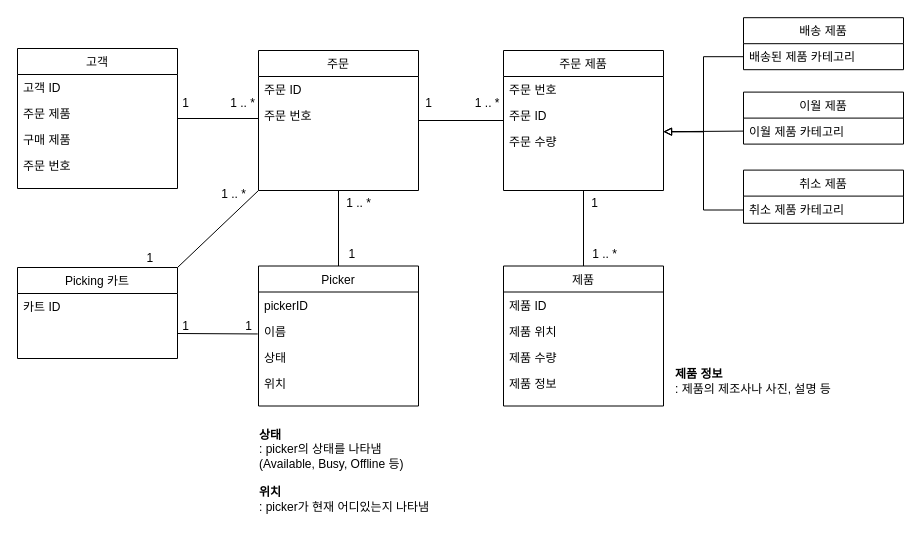
Earlier version of the draw.io diagram 시분설_6조_class_diagram.drawio (dbsrudrla/diagram). Source tidied: cells renumbered, new cells numbered last; positions are measured from the earlier drawing's top-left corner, leaving out a move shared by most shapes. Both pictures are drawn from the tidied source at 100%, with x=0, y=0 at pixel (17, 17).
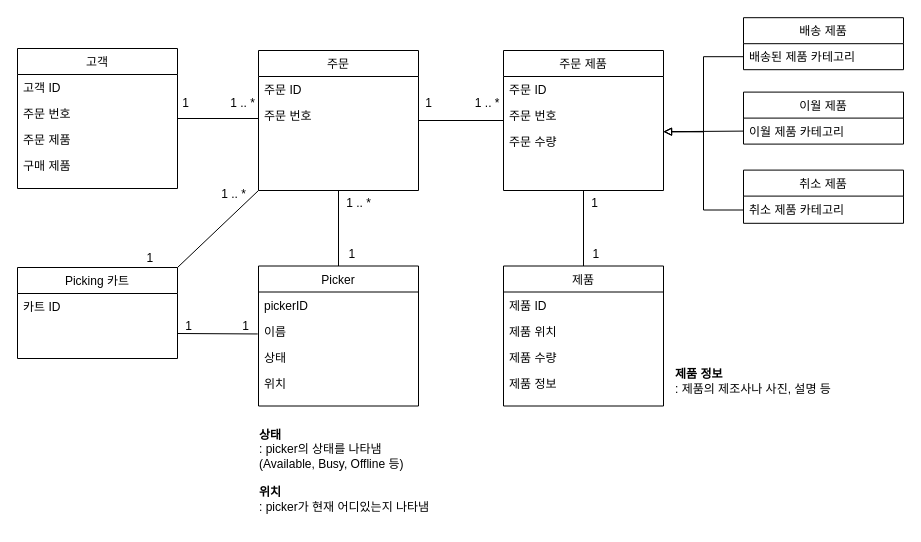
The same page after the edit.

Commit message:
시분설_6조_class_diagram.drawio 업데이트

Unchanged cells that the change refers to:
```xml
<mxCell id="12" value="고객" style="swimlane;fontStyle=0;align=center;verticalAlign=top;horizontal=1;startSize=26;rounded=0;shadow=0;strokeWidth=1;" parent="1" vertex="1">
  <mxGeometry y="31" width="160" height="140" as="geometry" />
</mxCell>
<mxCell id="49" value="주문 제품" style="swimlane;fontStyle=0;align=center;verticalAlign=top;horizontal=1;startSize=26;rounded=0;shadow=0;strokeWidth=1;" parent="1" vertex="1">
  <mxGeometry x="486" y="33" width="160" height="140" as="geometry" />
</mxCell>
```

The edit, as a diff of the source:
```diff
@@
+    <mxCell id="16" value="주문 번호" style="text;align=left;verticalAlign=top;spacingLeft=4;spacingRight=4;overflow=hidden;rounded=0;shadow=0;html=0;" parent="12" vertex="1">
+      <mxGeometry y="52" width="160" height="26" as="geometry" />
+    </mxCell>
     <mxCell id="14" value="주문 제품" style="text;align=left;verticalAlign=top;spacingLeft=4;spacingRight=4;overflow=hidden;" parent="12" vertex="1">
-      <mxGeometry y="52" width="160" height="26" as="geometry" />
+      <mxGeometry y="78" width="160" height="26" as="geometry" />
     </mxCell>
     <mxCell id="15" value="구매 제품" style="text;align=left;verticalAlign=top;spacingLeft=4;spacingRight=4;overflow=hidden;rounded=0;shadow=0;html=0;" parent="12" vertex="1">
-      <mxGeometry y="78" width="160" height="26" as="geometry" />
+      <mxGeometry y="104" width="160" height="26" as="geometry" />
     </mxCell>
-    <mxCell id="16" value="주문 번호" style="text;align=left;verticalAlign=top;spacingLeft=4;spacingRight=4;overflow=hidden;rounded=0;shadow=0;html=0;" parent="12" vertex="1">
-      <mxGeometry y="104" width="160" height="26" as="geometry" />
-    </mxCell>
@@
     <mxCell id="31" value="1" style="text;html=1;align=center;verticalAlign=middle;strokeColor=none;fillColor=none;" parent="1" vertex="1">
-      <mxGeometry x="153" y="294" width="30" height="30" as="geometry" />
+      <mxGeometry x="156" y="294" width="30" height="30" as="geometry" />
     </mxCell>
     <mxCell id="32" value="1" style="text;html=1;align=center;verticalAlign=middle;strokeColor=none;fillColor=none;" parent="1" vertex="1">
-      <mxGeometry x="216" y="294" width="30" height="30" as="geometry" />
+      <mxGeometry x="213" y="294" width="30" height="30" as="geometry" />
     </mxCell>
@@
+    <mxCell id="51" value="주문 ID" style="text;align=left;verticalAlign=top;spacingLeft=4;spacingRight=4;overflow=hidden;rounded=0;shadow=0;html=0;" parent="49" vertex="1">
+      <mxGeometry y="26" width="160" height="26" as="geometry" />
+    </mxCell>
     <mxCell id="50" value="주문 번호" style="text;align=left;verticalAlign=top;spacingLeft=4;spacingRight=4;overflow=hidden;rounded=0;shadow=0;html=0;" parent="49" vertex="1">
-      <mxGeometry y="26" width="160" height="26" as="geometry" />
+      <mxGeometry y="52" width="160" height="26" as="geometry" />
     </mxCell>
-    <mxCell id="51" value="주문 ID" style="text;align=left;verticalAlign=top;spacingLeft=4;spacingRight=4;overflow=hidden;rounded=0;shadow=0;html=0;" parent="49" vertex="1">
-      <mxGeometry y="52" width="160" height="26" as="geometry" />
-    </mxCell>
@@
-    <mxCell id="54" value="1 .. *" style="text;html=1;align=center;verticalAlign=middle;strokeColor=none;fillColor=none;" parent="1" vertex="1">
-      <mxGeometry x="562" y="221.5" width="50" height="30" as="geometry" />
+    <mxCell id="54" value="1&amp;nbsp;" style="text;html=1;align=center;verticalAlign=middle;strokeColor=none;fillColor=none;" parent="1" vertex="1">
+      <mxGeometry x="565" y="221.5" width="30" height="30" as="geometry" />
     </mxCell>
```
